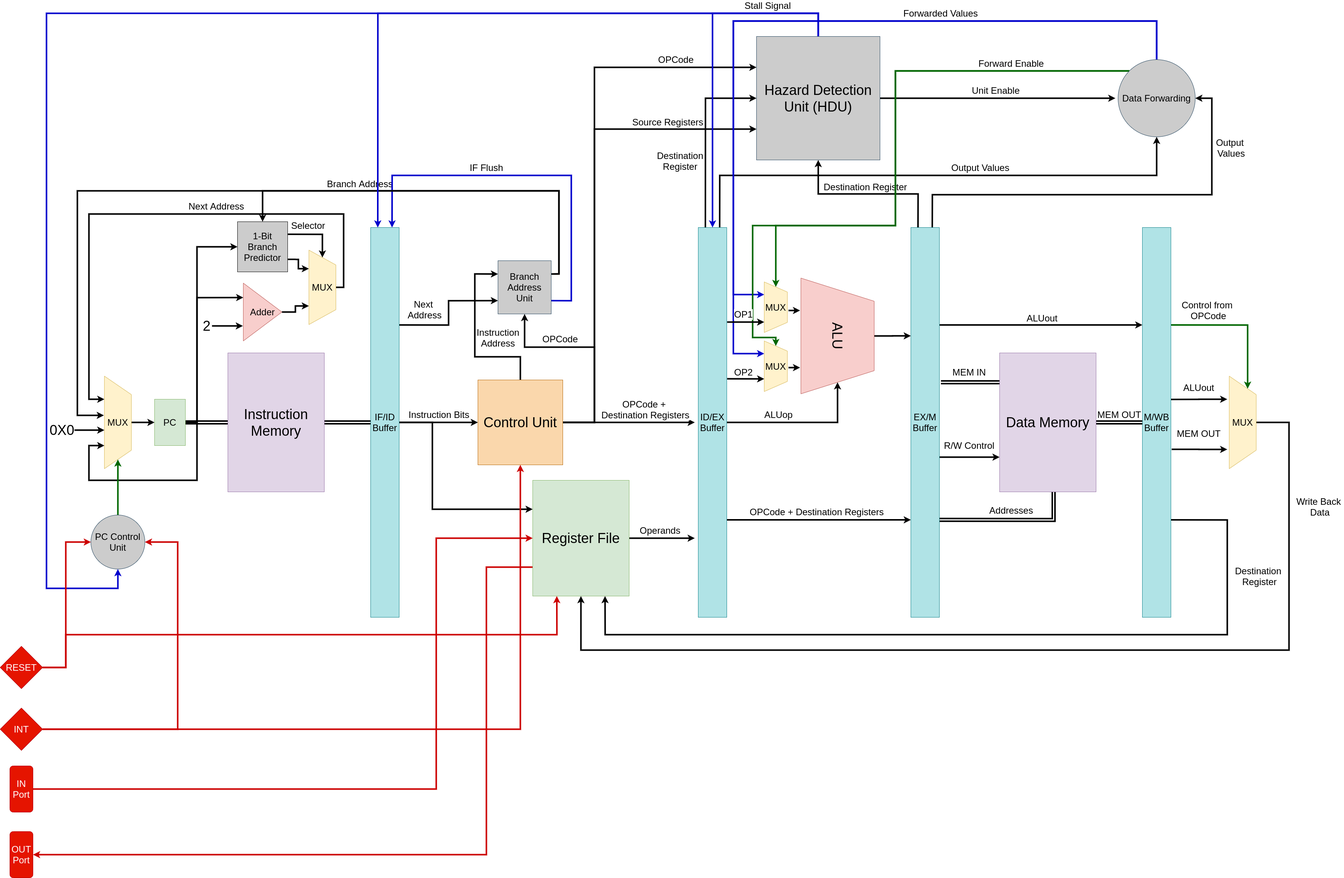
Before: docs/overall_system.png, a diagram exported from draw.io (mido3ds/pipeline-risc-cpu). Source tidied: cells renumbered, new cells last; positions are measured from the earlier drawing's top-left corner, leaving out a move shared by most shapes.
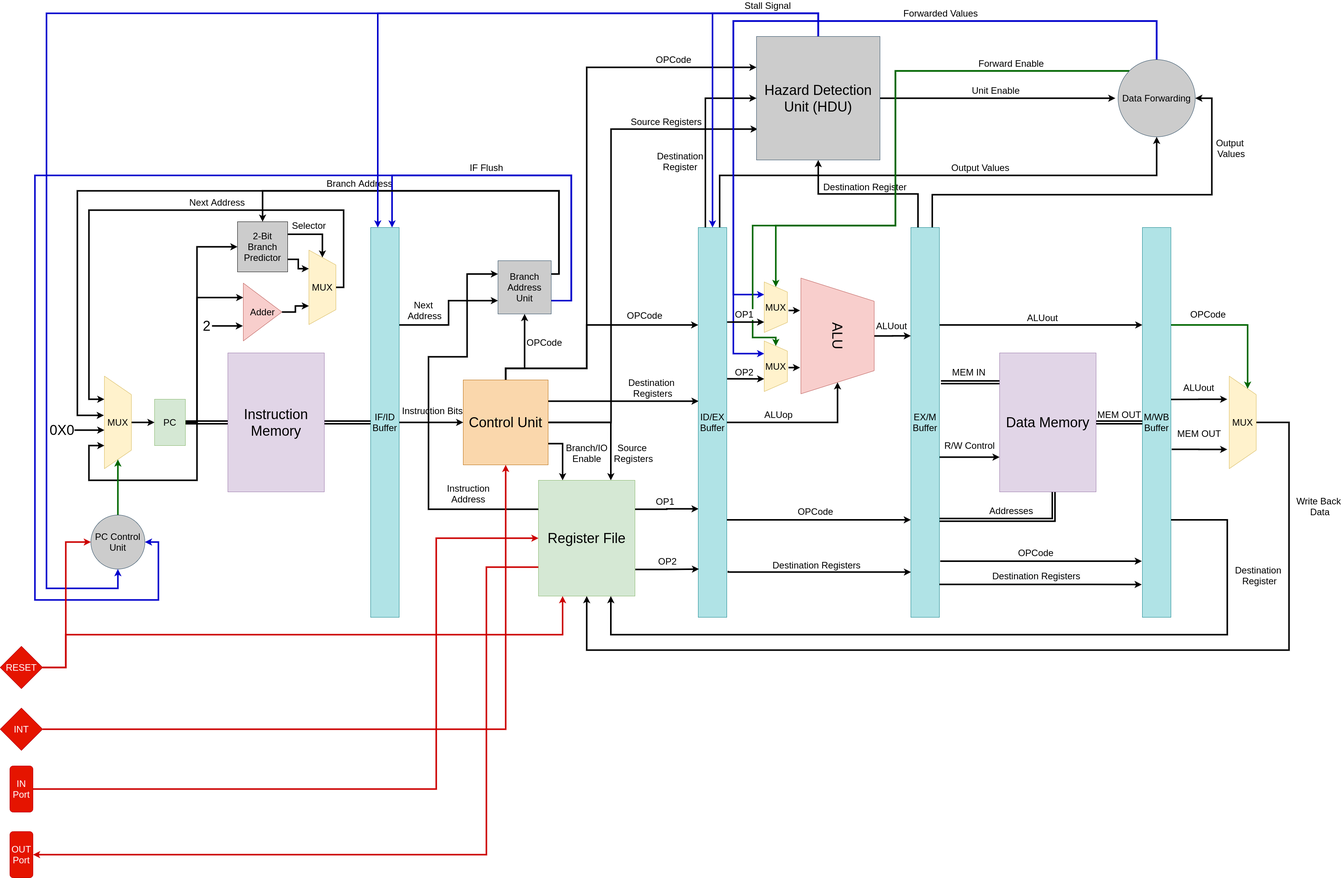
The same file after the commit.

What changed in the source:
```diff
@@ -5,3 +5,5 @@
     <mxCell id="2" value="&lt;font style=&quot;font-size: 24px&quot;&gt;Instruction&amp;nbsp;Bits&lt;/font&gt;" style="edgeStyle=orthogonalEdgeStyle;rounded=0;jettySize=auto;html=1;exitX=1;exitY=0.5;exitDx=0;exitDy=0;entryX=0;entryY=0.5;entryDx=0;entryDy=0;fillColor=none;strokeWidth=4;" parent="1" edge="1" source="5" target="27">
-      <mxGeometry x="0.01" y="20" relative="1" as="geometry" />
+      <mxGeometry x="0.04" y="30" relative="1" as="geometry">
+        <mxPoint x="-1" as="offset" />
+      </mxGeometry>
     </mxCell>
@@ -12,10 +14,2 @@
     </mxCell>
-    <mxCell id="4" style="edgeStyle=orthogonalEdgeStyle;rounded=0;jettySize=auto;html=1;exitX=1;exitY=0.5;exitDx=0;exitDy=0;entryX=0;entryY=0.25;entryDx=0;entryDy=0;strokeWidth=4;" parent="1" edge="1" source="5" target="30">
-      <mxGeometry relative="1" as="geometry">
-        <Array as="points">
-          <mxPoint x="1120" y="1060" />
-          <mxPoint x="1120" y="1285" />
-        </Array>
-      </mxGeometry>
-    </mxCell>
     <mxCell id="5" value="&lt;font style=&quot;font-size: 24px&quot;&gt;IF/ID Buffer&lt;/font&gt;" style="rounded=0;whiteSpace=wrap;html=1;fillColor=#b0e3e6;strokeColor=#0e8088;" parent="1" vertex="1">
@@ -87,18 +81,21 @@
     </mxCell>
-    <mxCell id="20" style="edgeStyle=orthogonalEdgeStyle;rounded=0;jettySize=auto;html=1;exitX=1;exitY=0.5;exitDx=0;exitDy=0;fillColor=none;strokeWidth=4;" parent="1" edge="1" source="27">
+    <mxCell id="20" style="edgeStyle=orthogonalEdgeStyle;rounded=0;jettySize=auto;html=1;exitX=1;exitY=0.25;exitDx=0;exitDy=0;fillColor=none;strokeWidth=4;" parent="1" edge="1" source="27">
       <mxGeometry relative="1" as="geometry">
-        <mxPoint x="1800" y="1060" as="targetPoint" />
+        <mxPoint x="1810" y="1005" as="targetPoint" />
+        <Array as="points">
+          <mxPoint x="1770" y="1005" />
+          <mxPoint x="1770" y="1005" />
+        </Array>
       </mxGeometry>
     </mxCell>
-    <mxCell id="21" value="&lt;span style=&quot;font-size: 24px&quot;&gt;OPCode + &lt;br&gt;Destination Registers&lt;/span&gt;" style="text;html=1;align=center;verticalAlign=middle;labelBackgroundColor=#ffffff;" parent="20" vertex="1">
+    <mxCell id="21" value="&lt;span style=&quot;font-size: 24px&quot;&gt;Destination &lt;br&gt;Registers&lt;/span&gt;" style="text;html=1;align=center;verticalAlign=middle;labelBackgroundColor=#ffffff;" parent="20" vertex="1">
       <mxGeometry x="0.19" y="2" relative="1" as="geometry">
-        <mxPoint x="9.1" y="-33" as="offset" />
+        <mxPoint x="36.7" y="-33" as="offset" />
       </mxGeometry>
     </mxCell>
-    <mxCell id="22" style="edgeStyle=orthogonalEdgeStyle;rounded=0;jettySize=auto;html=1;exitX=1;exitY=0.5;exitDx=0;exitDy=0;entryX=0.5;entryY=1;entryDx=0;entryDy=0;fillColor=none;strokeWidth=4;" parent="1" edge="1" source="27" target="41">
+    <mxCell id="22" style="edgeStyle=orthogonalEdgeStyle;rounded=0;jettySize=auto;html=1;exitX=0.5;exitY=0;exitDx=0;exitDy=0;entryX=0.5;entryY=1;entryDx=0;entryDy=0;fillColor=none;strokeWidth=4;" parent="1" edge="1" source="27" target="41">
       <mxGeometry relative="1" as="geometry">
         <Array as="points">
-          <mxPoint x="1540" y="1060" />
-          <mxPoint x="1540" y="865" />
-          <mxPoint x="1359" y="865" />
+          <mxPoint x="1310" y="920" />
+          <mxPoint x="1359" y="920" />
         </Array>
@@ -106,7 +103,9 @@
     </mxCell>
-    <mxCell id="23" style="edgeStyle=orthogonalEdgeStyle;rounded=0;jettySize=auto;html=1;exitX=1;exitY=0.5;exitDx=0;exitDy=0;entryX=0;entryY=0.75;entryDx=0;entryDy=0;fillColor=none;strokeWidth=4;" parent="1" edge="1" source="27" target="66">
+    <mxCell id="23" style="edgeStyle=orthogonalEdgeStyle;rounded=0;orthogonalLoop=1;jettySize=auto;html=1;exitX=1;exitY=0.5;exitDx=0;exitDy=0;entryX=0;entryY=0.75;entryDx=0;entryDy=0;fillColor=none;strokeWidth=4;" parent="1" edge="1">
       <mxGeometry relative="1" as="geometry">
+        <mxPoint x="1423" y="1060" as="sourcePoint" />
+        <mxPoint x="1963" y="300" as="targetPoint" />
         <Array as="points">
-          <mxPoint x="1540" y="1060" />
-          <mxPoint x="1540" y="300" />
+          <mxPoint x="1583" y="1060" />
+          <mxPoint x="1583" y="300" />
         </Array>
@@ -119,7 +118,8 @@
     </mxCell>
-    <mxCell id="25" value="&lt;font style=&quot;font-size: 24px&quot;&gt;OPCode&lt;/font&gt;" style="edgeStyle=orthogonalEdgeStyle;rounded=0;jettySize=auto;html=1;exitX=1;exitY=0.5;exitDx=0;exitDy=0;entryX=0;entryY=0.25;entryDx=0;entryDy=0;fillColor=none;strokeWidth=4;" parent="1" edge="1" source="27" target="66">
+    <mxCell id="25" value="&lt;font style=&quot;font-size: 24px&quot;&gt;OPCode&lt;/font&gt;" style="edgeStyle=orthogonalEdgeStyle;rounded=0;jettySize=auto;html=1;exitX=0.5;exitY=0;exitDx=0;exitDy=0;entryX=0;entryY=0.25;entryDx=0;entryDy=0;fillColor=none;strokeWidth=4;" parent="1" edge="1" source="27" target="66">
       <mxGeometry x="0.7" y="20" relative="1" as="geometry">
         <Array as="points">
-          <mxPoint x="1540" y="1060" />
-          <mxPoint x="1540" y="140" />
+          <mxPoint x="1310" y="920" />
+          <mxPoint x="1520" y="920" />
+          <mxPoint x="1520" y="140" />
         </Array>
@@ -127,17 +127,41 @@
     </mxCell>
-    <mxCell id="26" value="&lt;font style=&quot;font-size: 24px&quot;&gt;Instruction&lt;br&gt;Address&lt;/font&gt;" style="edgeStyle=orthogonalEdgeStyle;rounded=0;jettySize=auto;html=1;exitX=0.5;exitY=0;exitDx=0;exitDy=0;entryX=0;entryY=0.25;entryDx=0;entryDy=0;strokeColor=#000000;strokeWidth=4;fillColor=none;" parent="1" edge="1" source="27" target="41">
-      <mxGeometry x="0.01" y="-60" relative="1" as="geometry">
+    <mxCell id="26" value="&lt;font style=&quot;font-size: 24px&quot;&gt;Instruction&lt;br&gt;Address&lt;/font&gt;" style="edgeStyle=orthogonalEdgeStyle;rounded=0;jettySize=auto;html=1;exitX=0;exitY=0.25;exitDx=0;exitDy=0;entryX=0;entryY=0.25;entryDx=0;entryDy=0;strokeColor=#000000;strokeWidth=4;fillColor=none;" parent="1" edge="1" source="30" target="41">
+      <mxGeometry x="-0.74" y="57" relative="1" as="geometry">
         <Array as="points">
-          <mxPoint x="1348" y="890" />
-          <mxPoint x="1230" y="890" />
-          <mxPoint x="1230" y="676" />
+          <mxPoint x="1110" y="1285" />
+          <mxPoint x="1110" y="890" />
+          <mxPoint x="1210" y="890" />
+          <mxPoint x="1210" y="676" />
         </Array>
+        <mxPoint x="-40" y="-97" as="offset" />
       </mxGeometry>
     </mxCell>
+    <mxCell id="94" value="&lt;span style=&quot;font-size: 24px&quot;&gt;Branch/IO&lt;br&gt;&lt;/span&gt;&lt;span style=&quot;font-size: 24px&quot;&gt;Enable&lt;/span&gt;" style="edgeStyle=orthogonalEdgeStyle;rounded=0;jettySize=auto;html=1;exitX=1;exitY=0.75;exitDx=0;exitDy=0;entryX=0.25;entryY=0;entryDx=0;entryDy=0;strokeColor=#000000;strokeWidth=4;" parent="1" edge="1" source="27" target="30">
+      <mxGeometry x="-0.43" y="-67" relative="1" as="geometry">
+        <Array as="points">
+          <mxPoint x="1458" y="1115" />
+        </Array>
+        <mxPoint x="63" y="-42" as="offset" />
+      </mxGeometry>
+    </mxCell>
+    <mxCell id="95" value="&lt;span style=&quot;font-size: 24px&quot;&gt;Source &lt;br&gt;Registers&lt;/span&gt;" style="edgeStyle=orthogonalEdgeStyle;rounded=0;jettySize=auto;html=1;exitX=1;exitY=0.5;exitDx=0;exitDy=0;entryX=0.75;entryY=0;entryDx=0;entryDy=0;strokeColor=#000000;strokeWidth=4;" parent="1" edge="1" source="27" target="30">
+      <mxGeometry x="0.55" y="57" relative="1" as="geometry">
+        <mxPoint x="1" y="-1" as="offset" />
+      </mxGeometry>
+    </mxCell>
+    <mxCell id="96" style="edgeStyle=orthogonalEdgeStyle;rounded=0;jettySize=auto;html=1;exitX=0.5;exitY=0;exitDx=0;exitDy=0;entryX=0;entryY=0.25;entryDx=0;entryDy=0;strokeColor=#000000;strokeWidth=4;" parent="1" edge="1" source="27" target="36">
+      <mxGeometry relative="1" as="geometry">
+        <Array as="points">
+          <mxPoint x="1310" y="920" />
+          <mxPoint x="1520" y="920" />
+          <mxPoint x="1520" y="808" />
+        </Array>
+      </mxGeometry>
+    </mxCell>
     <mxCell id="27" value="&lt;font style=&quot;font-size: 36px&quot;&gt;Control Unit&lt;/font&gt;" style="whiteSpace=wrap;html=1;fillColor=#fad7ac;strokeColor=#b46504;" parent="1" vertex="1">
-      <mxGeometry x="1238" y="950" width="220" height="220" as="geometry" />
+      <mxGeometry x="1200" y="950" width="220" height="220" as="geometry" />
     </mxCell>
-    <mxCell id="28" value="&lt;font style=&quot;font-size: 24px&quot;&gt;Operands&lt;/font&gt;" style="edgeStyle=orthogonalEdgeStyle;rounded=0;jettySize=auto;html=1;exitX=1;exitY=0.5;exitDx=0;exitDy=0;fillColor=none;strokeWidth=4;" parent="1" edge="1" source="30">
+    <mxCell id="28" value="&lt;font style=&quot;font-size: 24px&quot;&gt;OP1&lt;br&gt;&lt;/font&gt;" style="edgeStyle=orthogonalEdgeStyle;rounded=0;jettySize=auto;html=1;exitX=1;exitY=0.25;exitDx=0;exitDy=0;fillColor=none;strokeWidth=4;" parent="1" edge="1" source="30">
       <mxGeometry x="-0.06" y="20" relative="1" as="geometry">
-        <mxPoint x="1800" y="1360" as="targetPoint" />
+        <mxPoint x="1810" y="1284" as="targetPoint" />
       </mxGeometry>
@@ -153,3 +177,3 @@
     <mxCell id="30" value="&lt;font style=&quot;font-size: 36px&quot;&gt;Register File&lt;/font&gt;" style="rounded=0;whiteSpace=wrap;html=1;fillColor=#d5e8d4;strokeColor=#82b366;" parent="1" vertex="1">
-      <mxGeometry x="1380" y="1210" width="250" height="300" as="geometry" />
+      <mxGeometry x="1395" y="1210" width="250" height="300" as="geometry" />
     </mxCell>
@@ -166,3 +190,3 @@
     </mxCell>
-    <mxCell id="33" value="&lt;font style=&quot;font-size: 24px&quot;&gt;OPCode + Destination Registers&lt;/font&gt;" style="text;html=1;align=center;verticalAlign=middle;labelBackgroundColor=#ffffff;" parent="32" vertex="1">
+    <mxCell id="33" value="&lt;font style=&quot;font-size: 24px&quot;&gt;OPCode&amp;nbsp;&lt;/font&gt;" style="text;html=1;align=center;verticalAlign=middle;labelBackgroundColor=#ffffff;" parent="32" vertex="1">
       <mxGeometry x="-0.18" y="-9" relative="1" as="geometry">
@@ -184,2 +208,9 @@
     </mxCell>
+    <mxCell id="97" style="edgeStyle=orthogonalEdgeStyle;rounded=0;jettySize=auto;html=1;exitX=1.054;exitY=0.881;exitDx=0;exitDy=0;entryX=0.005;entryY=0.884;entryDx=0;entryDy=0;strokeColor=#000000;strokeWidth=4;exitPerimeter=0;entryPerimeter=0;" parent="1" edge="1" source="36" target="51">
+      <mxGeometry relative="1" as="geometry">
+        <Array as="points">
+          <mxPoint x="1887" y="1448" />
+        </Array>
+      </mxGeometry>
+    </mxCell>
     <mxCell id="36" value="&lt;font style=&quot;font-size: 24px&quot;&gt;ID/EX Buffer&lt;/font&gt;" style="rounded=0;whiteSpace=wrap;html=1;fillColor=#b0e3e6;strokeColor=#0e8088;" parent="1" vertex="1">
@@ -220,2 +251,14 @@
     </mxCell>
+    <mxCell id="98" style="edgeStyle=orthogonalEdgeStyle;rounded=0;jettySize=auto;html=1;exitX=1;exitY=0.75;exitDx=0;exitDy=0;entryX=1;entryY=0.5;entryDx=0;entryDy=0;strokeWidth=4;strokeColor=#0000CC;" parent="1" edge="1" source="41" target="19">
+      <mxGeometry relative="1" as="geometry">
+        <Array as="points">
+          <mxPoint x="1480" y="745" />
+          <mxPoint x="1480" y="420" />
+          <mxPoint x="90" y="420" />
+          <mxPoint x="90" y="1520" />
+          <mxPoint x="410" y="1520" />
+          <mxPoint x="410" y="1370" />
+        </Array>
+      </mxGeometry>
+    </mxCell>
     <mxCell id="41" value="&lt;font style=&quot;font-size: 24px&quot;&gt;Branch Address Unit&lt;/font&gt;" style="whiteSpace=wrap;html=1;fillColor=#CCCCCC;strokeColor=#23445d;" parent="1" vertex="1">
@@ -223,4 +266,6 @@
     </mxCell>
-    <mxCell id="42" style="edgeStyle=orthogonalEdgeStyle;rounded=0;jettySize=auto;html=1;exitX=0.5;exitY=0;exitDx=0;exitDy=0;fillColor=none;entryX=0;entryY=0.278;entryDx=0;entryDy=0;entryPerimeter=0;strokeWidth=4;" parent="1" edge="1" source="43" target="51">
-      <mxGeometry relative="1" as="geometry" />
+    <mxCell id="42" value="&lt;font style=&quot;font-size: 24px&quot;&gt;ALUout&lt;/font&gt;" style="edgeStyle=orthogonalEdgeStyle;rounded=0;jettySize=auto;html=1;exitX=0.5;exitY=0;exitDx=0;exitDy=0;fillColor=none;entryX=0;entryY=0.278;entryDx=0;entryDy=0;entryPerimeter=0;strokeWidth=4;" parent="1" edge="1" source="43" target="51">
+      <mxGeometry y="26" relative="1" as="geometry">
+        <mxPoint x="-3" as="offset" />
+      </mxGeometry>
     </mxCell>
@@ -283,4 +328,4 @@
     </mxCell>
-    <mxCell id="54" value="&lt;font style=&quot;font-size: 24px&quot;&gt;Control from &lt;br&gt;OPCode&lt;/font&gt;" style="edgeStyle=orthogonalEdgeStyle;rounded=0;jettySize=auto;html=1;exitX=1;exitY=0.25;exitDx=0;exitDy=0;entryX=0;entryY=0.25;entryDx=0;entryDy=0;fillColor=none;strokeColor=#006600;strokeWidth=4;" parent="1" edge="1" source="56" target="60">
-      <mxGeometry x="-0.47" y="38" relative="1" as="geometry">
+    <mxCell id="54" value="&lt;font style=&quot;font-size: 24px&quot;&gt;OPCode&lt;/font&gt;" style="edgeStyle=orthogonalEdgeStyle;rounded=0;jettySize=auto;html=1;exitX=1;exitY=0.25;exitDx=0;exitDy=0;entryX=0;entryY=0.25;entryDx=0;entryDy=0;fillColor=none;strokeColor=#006600;strokeWidth=4;" parent="1" edge="1" source="56" target="60">
+      <mxGeometry x="-0.47" y="28" relative="1" as="geometry">
         <Array as="points">
@@ -288,2 +333,3 @@
         </Array>
+        <mxPoint x="-1" as="offset" />
       </mxGeometry>
@@ -293,5 +339,5 @@
         <Array as="points">
-          <mxPoint x="3180" y="1312" />
+          <mxPoint x="3180" y="1313" />
           <mxPoint x="3180" y="1610" />
-          <mxPoint x="1568" y="1610" />
+          <mxPoint x="1583" y="1610" />
         </Array>
@@ -314,3 +360,3 @@
           <mxPoint x="3340" y="1650" />
-          <mxPoint x="1505" y="1650" />
+          <mxPoint x="1520" y="1650" />
         </Array>
@@ -402,3 +448,3 @@
     <mxCell id="72" value="&lt;span style=&quot;font-size: 24px&quot;&gt;OPCode&lt;br&gt;&lt;/span&gt;" style="text;html=1;align=center;verticalAlign=middle;labelBackgroundColor=#ffffff;" parent="1" vertex="1">
-      <mxGeometry x="1440" y="870" as="geometry">
+      <mxGeometry x="1400" y="880" as="geometry">
         <mxPoint x="9.1" y="-28" as="offset" />
@@ -449,3 +495,3 @@
           <mxPoint x="170" y="1610" />
-          <mxPoint x="1442" y="1610" />
+          <mxPoint x="1458" y="1610" />
         </Array>
@@ -456,10 +502,2 @@
     </mxCell>
-    <mxCell id="82" style="edgeStyle=orthogonalEdgeStyle;rounded=0;jettySize=auto;html=1;exitX=1;exitY=0.5;exitDx=0;exitDy=0;entryX=1;entryY=0.5;entryDx=0;entryDy=0;strokeColor=#CC0000;strokeWidth=4;fillColor=none;" parent="1" edge="1" source="84" target="19">
-      <mxGeometry relative="1" as="geometry">
-        <Array as="points">
-          <mxPoint x="460" y="1855" />
-          <mxPoint x="460" y="1370" />
-        </Array>
-      </mxGeometry>
-    </mxCell>
     <mxCell id="83" style="edgeStyle=orthogonalEdgeStyle;rounded=0;jettySize=auto;html=1;exitX=1;exitY=0.5;exitDx=0;exitDy=0;strokeColor=#CC0000;strokeWidth=4;fillColor=none;" parent="1" edge="1" source="84" target="27">
@@ -487,3 +525,3 @@
     </mxCell>
-    <mxCell id="88" value="&lt;font style=&quot;font-size: 24px&quot;&gt;1-Bit Branch Predictor&lt;/font&gt;" style="whiteSpace=wrap;html=1;fillColor=#CCCCCC;" parent="1" vertex="1">
+    <mxCell id="88" value="&lt;font style=&quot;font-size: 24px&quot;&gt;2-Bit Branch Predictor&lt;/font&gt;" style="whiteSpace=wrap;html=1;fillColor=#CCCCCC;" parent="1" vertex="1">
       <mxGeometry x="615" y="540" width="130" height="130" as="geometry" />
@@ -494,4 +532,4 @@
           <mxPoint x="890" y="710" />
-          <mxPoint x="890" y="520" />
-          <mxPoint x="230" y="520" />
+          <mxPoint x="890" y="510" />
+          <mxPoint x="230" y="510" />
           <mxPoint x="230" y="1000" />
@@ -517,2 +555,43 @@
     </mxCell>
+    <mxCell id="99" value="&lt;span style=&quot;font-size: 24px&quot;&gt;OPCode&lt;br&gt;&lt;/span&gt;" style="text;html=1;align=center;verticalAlign=middle;labelBackgroundColor=#ffffff;" parent="1" vertex="1">
+      <mxGeometry x="1660" y="810" as="geometry">
+        <mxPoint x="9.1" y="-28" as="offset" />
+      </mxGeometry>
+    </mxCell>
+    <mxCell id="100" value="&lt;font style=&quot;font-size: 24px&quot;&gt;OP2&lt;br&gt;&lt;/font&gt;" style="edgeStyle=orthogonalEdgeStyle;rounded=0;orthogonalLoop=1;jettySize=auto;html=1;exitX=1;exitY=0.25;exitDx=0;exitDy=0;fillColor=none;strokeWidth=4;" parent="1" edge="1">
+      <mxGeometry x="0.01" y="21" relative="1" as="geometry">
+        <mxPoint x="1646" y="1441" as="sourcePoint" />
+        <mxPoint x="1811" y="1440" as="targetPoint" />
+        <Array as="points">
+          <mxPoint x="1729" y="1441" />
+          <mxPoint x="1811" y="1440" />
+        </Array>
+      </mxGeometry>
+    </mxCell>
+    <mxCell id="101" value="&lt;font style=&quot;font-size: 24px&quot;&gt;Destination Registers&lt;/font&gt;" style="text;html=1;" parent="1" vertex="1">
+      <mxGeometry x="2000" y="1410" width="140" height="30" as="geometry" />
+    </mxCell>
+    <mxCell id="102" style="edgeStyle=orthogonalEdgeStyle;rounded=0;jettySize=auto;html=1;fillColor=none;strokeWidth=4;exitX=1.027;exitY=0.856;exitDx=0;exitDy=0;exitPerimeter=0;entryX=-0.018;entryY=0.856;entryDx=0;entryDy=0;entryPerimeter=0;" parent="1" edge="1" source="51" target="56">
+      <mxGeometry relative="1" as="geometry" />
+    </mxCell>
+    <mxCell id="103" value="&lt;font style=&quot;font-size: 24px&quot;&gt;OPCode&amp;nbsp;&lt;/font&gt;" style="text;html=1;align=center;verticalAlign=middle;labelBackgroundColor=#ffffff;" parent="102" vertex="1">
+      <mxGeometry x="-0.18" y="-9" relative="1" as="geometry">
+        <mxPoint x="35" y="-31.5" as="offset" />
+      </mxGeometry>
+    </mxCell>
+    <mxCell id="104" style="edgeStyle=orthogonalEdgeStyle;rounded=0;orthogonalLoop=1;jettySize=auto;html=1;fillColor=none;strokeWidth=4;entryX=0.005;entryY=0.837;entryDx=0;entryDy=0;entryPerimeter=0;" parent="1" edge="1">
+      <mxGeometry relative="1" as="geometry">
+        <mxPoint x="2434" y="1479.7" as="sourcePoint" />
+        <mxPoint x="2958.4" y="1480" as="targetPoint" />
+        <Array as="points">
+          <mxPoint x="2820" y="1480" />
+          <mxPoint x="2820" y="1480" />
+        </Array>
+      </mxGeometry>
+    </mxCell>
+    <mxCell id="105" value="&lt;span style=&quot;font-size: 24px ; text-align: left ; background-color: rgb(248 , 249 , 250)&quot;&gt;Destination Registers&lt;/span&gt;" style="text;html=1;align=center;verticalAlign=middle;labelBackgroundColor=#ffffff;" parent="104" vertex="1">
+      <mxGeometry x="-0.18" y="-9" relative="1" as="geometry">
+        <mxPoint x="35" y="-31.5" as="offset" />
+      </mxGeometry>
+    </mxCell>
   </root>
```
